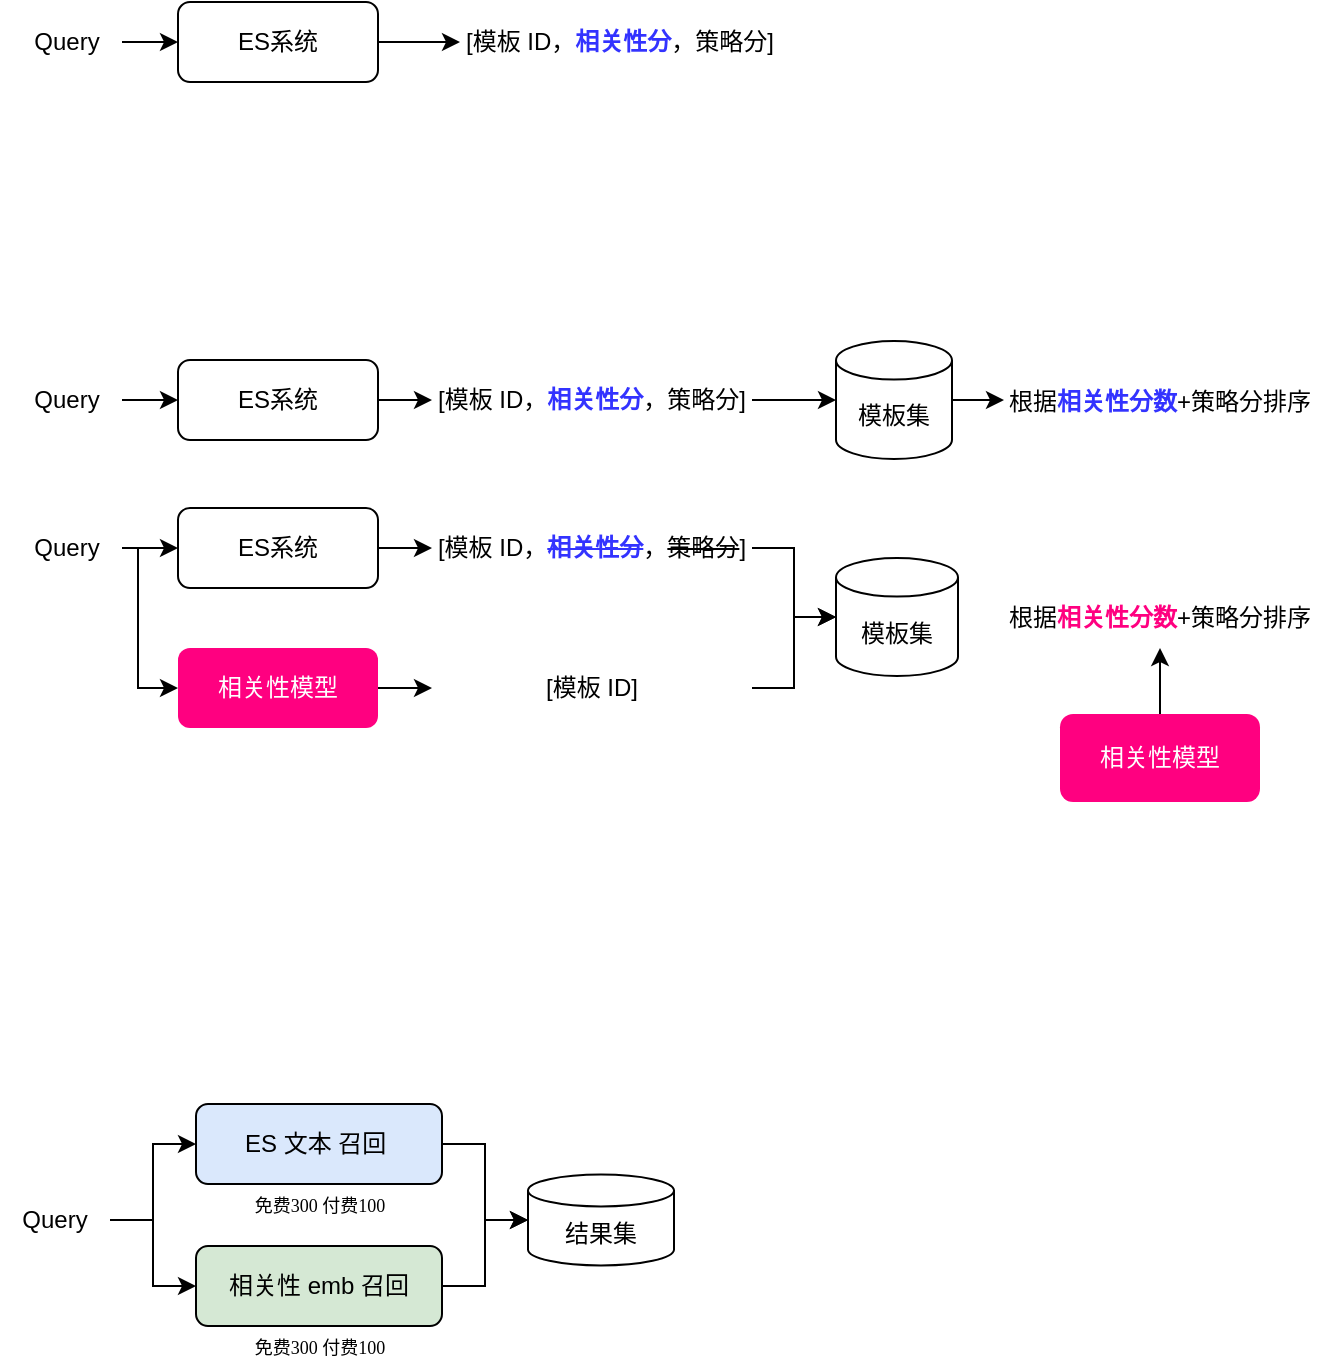
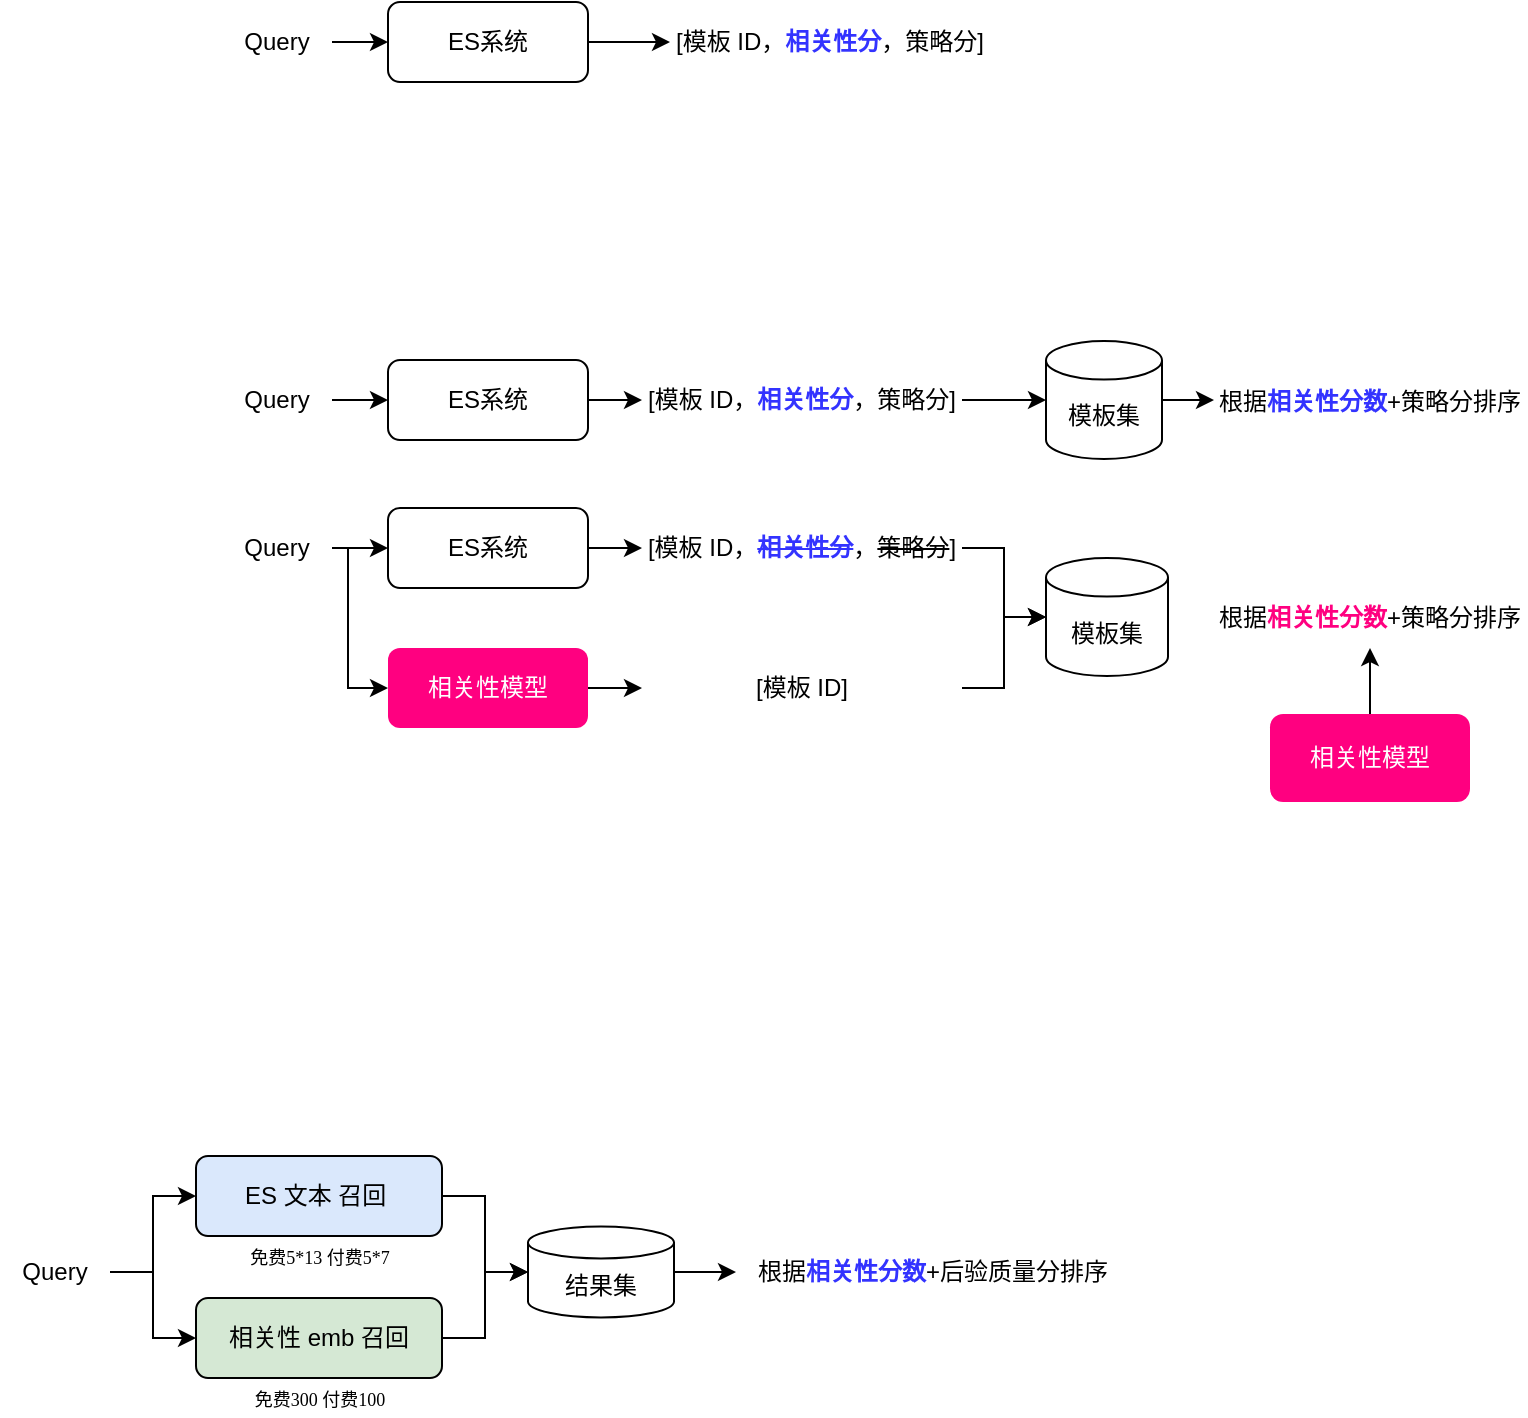
<mxfile host="app.diagrams.net" agent="Mozilla/5.0 (Macintosh; Intel Mac OS X 10_15_7) AppleWebKit/537.36 (KHTML, like Gecko) Chrome/144.0.0.0 Safari/537.36">
  <diagram name="第 1 页" id="uyMwIPwE8jGqM493bscI">
    <mxGraphModel dx="873" dy="504" grid="0" gridSize="10" guides="1" tooltips="1" connect="1" arrows="1" fold="1" page="0" pageScale="1" pageWidth="827" pageHeight="1169" math="0" shadow="0">
      <root>
        <mxCell id="0" />
        <mxCell id="1" parent="0" />
        <mxCell id="O6CiZJdHcVNpomKDh7BP-5" edge="1" parent="1" source="O6CiZJdHcVNpomKDh7BP-1" style="edgeStyle=orthogonalEdgeStyle;rounded=0;orthogonalLoop=1;jettySize=auto;html=1;" target="O6CiZJdHcVNpomKDh7BP-4" value="">
          <mxGeometry relative="1" as="geometry" />
        </mxCell>
        <mxCell id="O6CiZJdHcVNpomKDh7BP-1" parent="1" style="rounded=1;whiteSpace=wrap;html=1;" value="ES系统" vertex="1">
          <mxGeometry height="40" width="100" x="239" y="200" as="geometry" />
        </mxCell>
        <mxCell id="O6CiZJdHcVNpomKDh7BP-3" edge="1" parent="1" source="O6CiZJdHcVNpomKDh7BP-2" style="edgeStyle=orthogonalEdgeStyle;rounded=0;orthogonalLoop=1;jettySize=auto;html=1;" target="O6CiZJdHcVNpomKDh7BP-1" value="">
          <mxGeometry relative="1" as="geometry" />
        </mxCell>
        <mxCell id="O6CiZJdHcVNpomKDh7BP-2" parent="1" style="text;html=1;whiteSpace=wrap;strokeColor=none;fillColor=none;align=center;verticalAlign=middle;rounded=0;" value="Query" vertex="1">
          <mxGeometry height="30" width="55" x="156" y="205" as="geometry" />
        </mxCell>
        <mxCell id="O6CiZJdHcVNpomKDh7BP-4" parent="1" style="text;html=1;whiteSpace=wrap;strokeColor=none;fillColor=none;align=center;verticalAlign=middle;rounded=0;" value="[模板 ID，&lt;font style=&quot;color: rgb(51, 51, 255);&quot;&gt;&lt;b&gt;相关性分&lt;/b&gt;&lt;/font&gt;，策略分]" vertex="1">
          <mxGeometry height="30" width="160" x="380" y="205" as="geometry" />
        </mxCell>
        <mxCell id="O6CiZJdHcVNpomKDh7BP-6" edge="1" parent="1" source="O6CiZJdHcVNpomKDh7BP-7" style="edgeStyle=orthogonalEdgeStyle;rounded=0;orthogonalLoop=1;jettySize=auto;html=1;" target="O6CiZJdHcVNpomKDh7BP-10" value="">
          <mxGeometry relative="1" as="geometry" />
        </mxCell>
        <mxCell id="O6CiZJdHcVNpomKDh7BP-7" parent="1" style="rounded=1;whiteSpace=wrap;html=1;" value="ES系统" vertex="1">
          <mxGeometry height="40" width="100" x="239" y="379" as="geometry" />
        </mxCell>
        <mxCell id="O6CiZJdHcVNpomKDh7BP-8" edge="1" parent="1" source="O6CiZJdHcVNpomKDh7BP-9" style="edgeStyle=orthogonalEdgeStyle;rounded=0;orthogonalLoop=1;jettySize=auto;html=1;" target="O6CiZJdHcVNpomKDh7BP-7" value="">
          <mxGeometry relative="1" as="geometry" />
        </mxCell>
        <mxCell id="O6CiZJdHcVNpomKDh7BP-9" parent="1" style="text;html=1;whiteSpace=wrap;strokeColor=none;fillColor=none;align=center;verticalAlign=middle;rounded=0;" value="Query" vertex="1">
          <mxGeometry height="30" width="55" x="156" y="384" as="geometry" />
        </mxCell>
        <mxCell id="O6CiZJdHcVNpomKDh7BP-28" edge="1" parent="1" source="O6CiZJdHcVNpomKDh7BP-10" style="edgeStyle=orthogonalEdgeStyle;rounded=0;orthogonalLoop=1;jettySize=auto;html=1;exitX=1;exitY=0.5;exitDx=0;exitDy=0;" target="O6CiZJdHcVNpomKDh7BP-27">
          <mxGeometry relative="1" as="geometry" />
        </mxCell>
        <mxCell id="O6CiZJdHcVNpomKDh7BP-10" parent="1" style="text;html=1;whiteSpace=wrap;strokeColor=none;fillColor=none;align=center;verticalAlign=middle;rounded=0;" value="[模板 ID，&lt;font style=&quot;color: rgb(51, 51, 255);&quot;&gt;&lt;b&gt;相关性分&lt;/b&gt;&lt;/font&gt;，策略分]" vertex="1">
          <mxGeometry height="30" width="160" x="366" y="384" as="geometry" />
        </mxCell>
        <mxCell id="O6CiZJdHcVNpomKDh7BP-14" edge="1" parent="1" source="O6CiZJdHcVNpomKDh7BP-11" style="edgeStyle=orthogonalEdgeStyle;rounded=0;orthogonalLoop=1;jettySize=auto;html=1;" target="O6CiZJdHcVNpomKDh7BP-12" value="">
          <mxGeometry relative="1" as="geometry" />
        </mxCell>
        <mxCell id="O6CiZJdHcVNpomKDh7BP-15" edge="1" parent="1" source="O6CiZJdHcVNpomKDh7BP-11" style="edgeStyle=orthogonalEdgeStyle;rounded=0;orthogonalLoop=1;jettySize=auto;html=1;exitX=1;exitY=0.5;exitDx=0;exitDy=0;entryX=0;entryY=0.5;entryDx=0;entryDy=0;" target="O6CiZJdHcVNpomKDh7BP-18">
          <mxGeometry relative="1" as="geometry">
            <Array as="points">
              <mxPoint x="219" y="473" />
              <mxPoint x="219" y="543" />
              <mxPoint x="239" y="543" />
            </Array>
            <mxPoint x="239" y="543" as="targetPoint" />
          </mxGeometry>
        </mxCell>
        <mxCell id="O6CiZJdHcVNpomKDh7BP-11" parent="1" style="text;html=1;whiteSpace=wrap;strokeColor=none;fillColor=none;align=center;verticalAlign=middle;rounded=0;" value="Query" vertex="1">
          <mxGeometry height="30" width="55" x="156" y="458" as="geometry" />
        </mxCell>
        <mxCell id="O6CiZJdHcVNpomKDh7BP-17" edge="1" parent="1" source="O6CiZJdHcVNpomKDh7BP-12" style="edgeStyle=orthogonalEdgeStyle;rounded=0;orthogonalLoop=1;jettySize=auto;html=1;exitX=1;exitY=0.5;exitDx=0;exitDy=0;entryX=0;entryY=0.5;entryDx=0;entryDy=0;" target="O6CiZJdHcVNpomKDh7BP-16">
          <mxGeometry relative="1" as="geometry" />
        </mxCell>
        <mxCell id="O6CiZJdHcVNpomKDh7BP-12" parent="1" style="rounded=1;whiteSpace=wrap;html=1;" value="ES系统" vertex="1">
          <mxGeometry height="40" width="100" x="239" y="453" as="geometry" />
        </mxCell>
        <mxCell id="O6CiZJdHcVNpomKDh7BP-24" edge="1" parent="1" source="O6CiZJdHcVNpomKDh7BP-16" style="edgeStyle=orthogonalEdgeStyle;rounded=0;orthogonalLoop=1;jettySize=auto;html=1;exitX=1;exitY=0.5;exitDx=0;exitDy=0;" target="O6CiZJdHcVNpomKDh7BP-23">
          <mxGeometry relative="1" as="geometry" />
        </mxCell>
        <mxCell id="O6CiZJdHcVNpomKDh7BP-16" parent="1" style="text;html=1;whiteSpace=wrap;strokeColor=none;fillColor=none;align=center;verticalAlign=middle;rounded=0;" value="[模板 ID，&lt;font style=&quot;color: rgb(51, 51, 255);&quot;&gt;&lt;b&gt;&lt;strike&gt;相关性分&lt;/strike&gt;&lt;/b&gt;&lt;/font&gt;，&lt;strike&gt;策略分&lt;/strike&gt;]" vertex="1">
          <mxGeometry height="30" width="160" x="366" y="458" as="geometry" />
        </mxCell>
        <mxCell id="O6CiZJdHcVNpomKDh7BP-20" edge="1" parent="1" source="O6CiZJdHcVNpomKDh7BP-18" style="edgeStyle=orthogonalEdgeStyle;rounded=0;orthogonalLoop=1;jettySize=auto;html=1;" target="O6CiZJdHcVNpomKDh7BP-19">
          <mxGeometry relative="1" as="geometry" />
        </mxCell>
        <mxCell id="O6CiZJdHcVNpomKDh7BP-18" parent="1" style="rounded=1;whiteSpace=wrap;html=1;strokeColor=none;fontColor=#FFFFFF;fillColor=#FF0080;" value="相关性模型" vertex="1">
          <mxGeometry height="40" width="100" x="239" y="523" as="geometry" />
        </mxCell>
        <mxCell id="O6CiZJdHcVNpomKDh7BP-19" parent="1" style="text;html=1;whiteSpace=wrap;strokeColor=none;fillColor=none;align=center;verticalAlign=middle;rounded=0;" value="[模板 ID]" vertex="1">
          <mxGeometry height="30" width="160" x="366" y="528" as="geometry" />
        </mxCell>
        <mxCell id="O6CiZJdHcVNpomKDh7BP-32" edge="1" parent="1" source="O6CiZJdHcVNpomKDh7BP-21" style="edgeStyle=orthogonalEdgeStyle;rounded=0;orthogonalLoop=1;jettySize=auto;html=1;entryX=0.5;entryY=1;entryDx=0;entryDy=0;" target="O6CiZJdHcVNpomKDh7BP-31">
          <mxGeometry relative="1" as="geometry" />
        </mxCell>
        <mxCell id="O6CiZJdHcVNpomKDh7BP-21" parent="1" style="rounded=1;whiteSpace=wrap;html=1;fillColor=#FF0080;strokeColor=none;fontColor=#FFFFFF;" value="相关性模型" vertex="1">
          <mxGeometry height="44" width="100" x="680" y="556" as="geometry" />
        </mxCell>
        <mxCell id="O6CiZJdHcVNpomKDh7BP-23" parent="1" style="shape=cylinder3;whiteSpace=wrap;html=1;boundedLbl=1;backgroundOutline=1;size=9.647058823529392;" value="模板集" vertex="1">
          <mxGeometry height="59" width="61" x="568" y="478" as="geometry" />
        </mxCell>
        <mxCell id="O6CiZJdHcVNpomKDh7BP-26" edge="1" parent="1" source="O6CiZJdHcVNpomKDh7BP-19" style="edgeStyle=orthogonalEdgeStyle;rounded=0;orthogonalLoop=1;jettySize=auto;html=1;exitX=1;exitY=0.5;exitDx=0;exitDy=0;entryX=0;entryY=0.5;entryDx=0;entryDy=0;entryPerimeter=0;" target="O6CiZJdHcVNpomKDh7BP-23">
          <mxGeometry relative="1" as="geometry" />
        </mxCell>
        <mxCell id="O6CiZJdHcVNpomKDh7BP-30" edge="1" parent="1" source="O6CiZJdHcVNpomKDh7BP-27" style="edgeStyle=orthogonalEdgeStyle;rounded=0;orthogonalLoop=1;jettySize=auto;html=1;exitX=1;exitY=0.5;exitDx=0;exitDy=0;exitPerimeter=0;entryX=0;entryY=0.5;entryDx=0;entryDy=0;" target="O6CiZJdHcVNpomKDh7BP-29">
          <mxGeometry relative="1" as="geometry" />
        </mxCell>
        <mxCell id="O6CiZJdHcVNpomKDh7BP-27" parent="1" style="shape=cylinder3;whiteSpace=wrap;html=1;boundedLbl=1;backgroundOutline=1;size=9.647058823529392;" value="模板集" vertex="1">
          <mxGeometry height="59" width="58" x="568" y="369.5" as="geometry" />
        </mxCell>
        <mxCell id="O6CiZJdHcVNpomKDh7BP-29" parent="1" style="text;html=1;whiteSpace=wrap;strokeColor=none;fillColor=none;align=center;verticalAlign=middle;rounded=0;" value="根据&lt;font style=&quot;color: rgb(51, 51, 255);&quot;&gt;&lt;b&gt;相关性分数&lt;/b&gt;&lt;/font&gt;+策略分排序" vertex="1">
          <mxGeometry height="31" width="156" x="652" y="384" as="geometry" />
        </mxCell>
        <mxCell id="O6CiZJdHcVNpomKDh7BP-31" parent="1" style="text;html=1;whiteSpace=wrap;strokeColor=none;fillColor=none;align=center;verticalAlign=middle;rounded=0;" value="根据&lt;font style=&quot;color: rgb(255, 0, 128);&quot;&gt;&lt;b&gt;相关性分数&lt;/b&gt;&lt;/font&gt;+策略分排序" vertex="1">
          <mxGeometry height="31" width="156" x="652" y="492" as="geometry" />
        </mxCell>
        <mxCell id="GK8AZQt4zVpxBLM8WsAE-4" edge="1" parent="1" source="GK8AZQt4zVpxBLM8WsAE-1" style="edgeStyle=orthogonalEdgeStyle;rounded=0;orthogonalLoop=1;jettySize=auto;html=1;entryX=0;entryY=0.5;entryDx=0;entryDy=0;" target="GK8AZQt4zVpxBLM8WsAE-2">
          <mxGeometry relative="1" as="geometry" />
        </mxCell>
        <mxCell id="GK8AZQt4zVpxBLM8WsAE-5" edge="1" parent="1" source="GK8AZQt4zVpxBLM8WsAE-1" style="edgeStyle=orthogonalEdgeStyle;rounded=0;orthogonalLoop=1;jettySize=auto;html=1;exitX=1;exitY=0.5;exitDx=0;exitDy=0;entryX=0;entryY=0.5;entryDx=0;entryDy=0;" target="GK8AZQt4zVpxBLM8WsAE-3">
          <mxGeometry relative="1" as="geometry" />
        </mxCell>
        <mxCell id="GK8AZQt4zVpxBLM8WsAE-1" parent="1" style="text;html=1;whiteSpace=wrap;strokeColor=none;fillColor=none;align=center;verticalAlign=middle;rounded=0;" value="Query" vertex="1">
-           <mxGeometry height="30" width="55" x="150" y="794" as="geometry" />
+           <mxGeometry height="30" width="55" x="45" y="820" as="geometry" />
        </mxCell>
        <mxCell id="GK8AZQt4zVpxBLM8WsAE-6" edge="1" parent="1" source="GK8AZQt4zVpxBLM8WsAE-2" style="edgeStyle=orthogonalEdgeStyle;rounded=0;orthogonalLoop=1;jettySize=auto;html=1;exitX=1;exitY=0.5;exitDx=0;exitDy=0;entryX=0;entryY=0.5;entryDx=0;entryDy=0;entryPerimeter=0;" target="GK8AZQt4zVpxBLM8WsAE-9">
          <mxGeometry relative="1" as="geometry">
-             <mxPoint x="402" y="806" as="targetPoint" />
+             <mxPoint x="297" y="832" as="targetPoint" />
          </mxGeometry>
        </mxCell>
        <mxCell id="GK8AZQt4zVpxBLM8WsAE-2" parent="1" style="rounded=1;whiteSpace=wrap;html=1;fillColor=#dae8fc;strokeColor=#000000;" value="ES 文本 召回&lt;span style=&quot;background-color: transparent; color: light-dark(rgb(0, 0, 0), rgb(255, 255, 255));&quot;&gt;&amp;nbsp;&lt;/span&gt;" vertex="1">
-           <mxGeometry height="40" width="123" x="248" y="751" as="geometry" />
+           <mxGeometry height="40" width="123" x="143" y="777" as="geometry" />
        </mxCell>
        <mxCell id="GK8AZQt4zVpxBLM8WsAE-7" edge="1" parent="1" source="GK8AZQt4zVpxBLM8WsAE-3" style="edgeStyle=orthogonalEdgeStyle;rounded=0;orthogonalLoop=1;jettySize=auto;html=1;exitX=1;exitY=0.5;exitDx=0;exitDy=0;entryX=0;entryY=0.5;entryDx=0;entryDy=0;entryPerimeter=0;" target="GK8AZQt4zVpxBLM8WsAE-9">
          <mxGeometry relative="1" as="geometry">
-             <mxPoint x="388.07142857142867" y="811.7142857142858" as="targetPoint" />
+             <mxPoint x="283.07142857142867" y="837.7142857142858" as="targetPoint" />
          </mxGeometry>
        </mxCell>
        <mxCell id="GK8AZQt4zVpxBLM8WsAE-3" parent="1" style="rounded=1;whiteSpace=wrap;html=1;fillColor=#d5e8d4;strokeColor=#000000;" value="相关性 emb 召回" vertex="1">
-           <mxGeometry height="40" width="123" x="248" y="822" as="geometry" />
+           <mxGeometry height="40" width="123" x="143" y="848" as="geometry" />
+         </mxCell>
+         <mxCell id="GK8AZQt4zVpxBLM8WsAE-15" edge="1" parent="1" source="GK8AZQt4zVpxBLM8WsAE-9" style="edgeStyle=orthogonalEdgeStyle;rounded=0;orthogonalLoop=1;jettySize=auto;html=1;exitX=1;exitY=0.5;exitDx=0;exitDy=0;exitPerimeter=0;entryX=0;entryY=0.5;entryDx=0;entryDy=0;" target="GK8AZQt4zVpxBLM8WsAE-14">
+           <mxGeometry relative="1" as="geometry" />
        </mxCell>
        <mxCell id="GK8AZQt4zVpxBLM8WsAE-9" parent="1" style="shape=cylinder3;whiteSpace=wrap;html=1;boundedLbl=1;backgroundOutline=1;size=8;" value="结果集" vertex="1">
-           <mxGeometry height="45.5" width="73" x="414" y="786.25" as="geometry" />
+           <mxGeometry height="45.5" width="73" x="309" y="812.25" as="geometry" />
        </mxCell>
        <mxCell id="GK8AZQt4zVpxBLM8WsAE-12" parent="1" style="text;html=1;whiteSpace=wrap;strokeColor=none;fillColor=none;align=center;verticalAlign=middle;rounded=0;fontFamily=宋体;fontSize=9;" value="免费300 付费100" vertex="1">
-           <mxGeometry height="16" width="88" x="265.5" y="865" as="geometry" />
+           <mxGeometry height="16" width="88" x="160.5" y="891" as="geometry" />
        </mxCell>
-         <mxCell id="GK8AZQt4zVpxBLM8WsAE-13" parent="1" style="text;html=1;whiteSpace=wrap;strokeColor=none;fillColor=none;align=center;verticalAlign=middle;rounded=0;fontFamily=宋体;fontSize=9;" value="免费300 付费100" vertex="1">
-           <mxGeometry height="16" width="88" x="265.5" y="794" as="geometry" />
+         <mxCell id="GK8AZQt4zVpxBLM8WsAE-13" parent="1" style="text;html=1;whiteSpace=wrap;strokeColor=none;fillColor=none;align=center;verticalAlign=middle;rounded=0;fontFamily=宋体;fontSize=9;" value="免费5*13 付费5*7" vertex="1">
+           <mxGeometry height="16" width="88" x="160.5" y="820" as="geometry" />
+         </mxCell>
+         <mxCell id="GK8AZQt4zVpxBLM8WsAE-14" parent="1" style="text;html=1;whiteSpace=wrap;strokeColor=none;fillColor=none;align=center;verticalAlign=middle;rounded=0;" value="根据&lt;font style=&quot;color: rgb(51, 51, 255);&quot;&gt;&lt;b&gt;相关性分数&lt;/b&gt;&lt;/font&gt;+后验质量分排序" vertex="1">
+           <mxGeometry height="31" width="197" x="413" y="819" as="geometry" />
        </mxCell>
      </root>
    </mxGraphModel>
  </diagram>
</mxfile>
